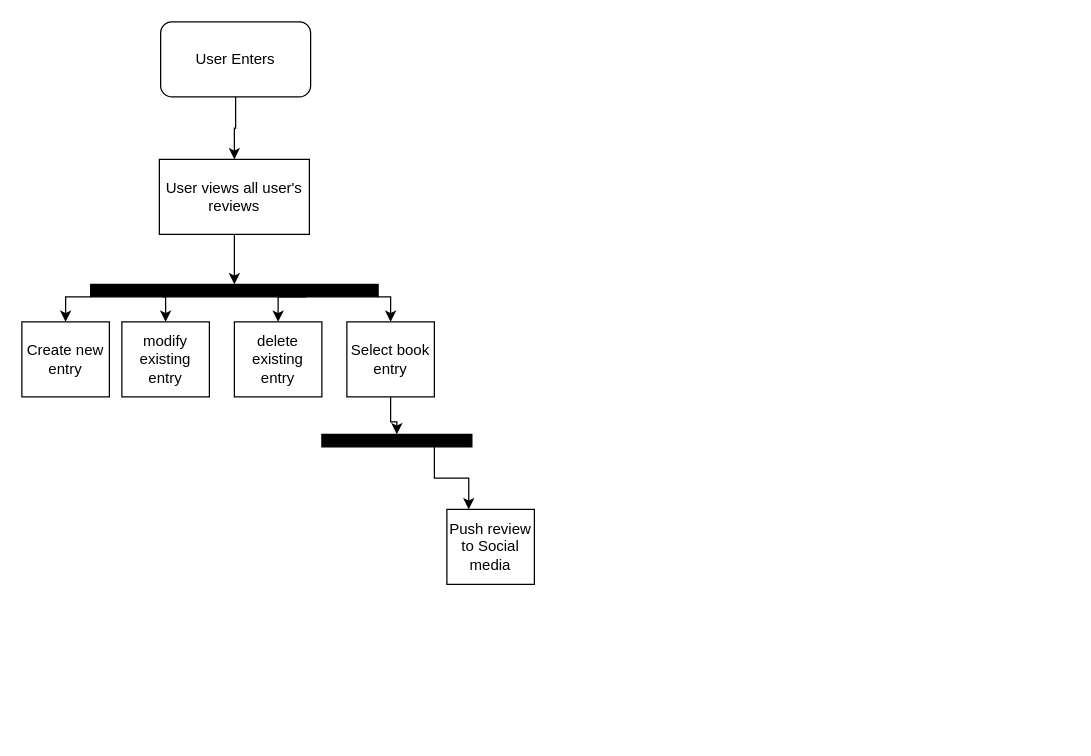
This is specs/system diagrams/uml_activity_diagram.drawio from cse110-fa22-group13/cse110-fa22-group13, a draw.io file, before an edit. Source tidied: cells renumbered, new cells numbered last; positions are measured from the earlier drawing's top-left corner, leaving out a move shared by most shapes. Both pictures are drawn from the tidied source at 125%, with x=0, y=0 at pixel (21, 21).
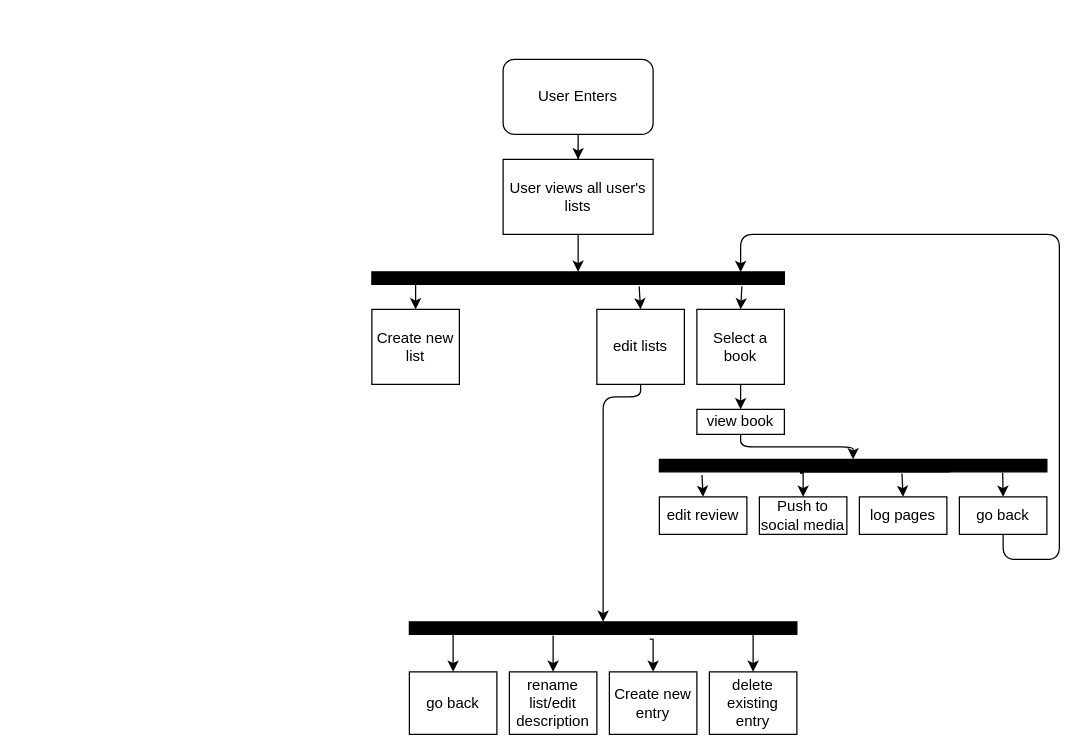
The same page after the edit.

Commit message:
Made some headway on the activity diagram

Change to the diagram source:
```diff
@@
     <mxCell id="3" value="User Enters" style="rounded=1;whiteSpace=wrap;html=1;" parent="1" vertex="1">
-      <mxGeometry x="111" width="120" height="60" as="geometry" />
+      <mxGeometry x="385" y="30" width="120" height="60" as="geometry" />
     </mxCell>
-    <mxCell id="4" style="edgeStyle=orthogonalEdgeStyle;rounded=0;jettySize=auto;html=1;" parent="1" edge="1" source="5" target="10">
+    <mxCell id="4" style="edgeStyle=orthogonalEdgeStyle;rounded=0;jettySize=auto;html=1;entryX=0.5;entryY=0;entryDx=0;entryDy=0;" parent="1" edge="1" source="5" target="25">
       <mxGeometry relative="1" as="geometry" />
     </mxCell>
-    <mxCell id="5" value="User views all user's reviews" style="rounded=0;whiteSpace=wrap;html=1;" parent="1" vertex="1">
-      <mxGeometry x="110" y="110" width="120" height="60" as="geometry" />
+    <mxCell id="5" value="User views all user's lists" style="rounded=0;whiteSpace=wrap;html=1;" parent="1" vertex="1">
+      <mxGeometry x="385" y="110" width="120" height="60" as="geometry" />
     </mxCell>
-    <mxCell id="6" style="edgeStyle=orthogonalEdgeStyle;rounded=0;jettySize=auto;html=1;exitX=0.75;exitY=1;exitDx=0;exitDy=0;entryX=0.5;entryY=0;entryDx=0;entryDy=0;" parent="1" edge="1" source="10" target="13">
+    <mxCell id="6" style="edgeStyle=orthogonalEdgeStyle;rounded=0;jettySize=auto;html=1;exitX=0.914;exitY=0.957;exitDx=0;exitDy=0;entryX=0.5;entryY=0;entryDx=0;entryDy=0;exitPerimeter=0;" parent="1" edge="1" source="10" target="13">
       <mxGeometry relative="1" as="geometry" />
     </mxCell>
-    <mxCell id="7" style="edgeStyle=orthogonalEdgeStyle;rounded=0;jettySize=auto;html=1;exitX=0.25;exitY=1;exitDx=0;exitDy=0;entryX=0.5;entryY=0;entryDx=0;entryDy=0;" parent="1" edge="1" source="10" target="12">
+    <mxCell id="7" style="edgeStyle=orthogonalEdgeStyle;rounded=0;jettySize=auto;html=1;exitX=0.11;exitY=1.243;exitDx=0;exitDy=0;entryX=0.5;entryY=0;entryDx=0;entryDy=0;exitPerimeter=0;" parent="1" edge="1" source="18" target="12">
       <mxGeometry relative="1" as="geometry" />
     </mxCell>
-    <mxCell id="8" style="edgeStyle=orthogonalEdgeStyle;rounded=0;jettySize=auto;html=1;exitX=0;exitY=1;exitDx=0;exitDy=0;entryX=0.5;entryY=0;entryDx=0;entryDy=0;" parent="1" edge="1" source="10" target="11">
+    <mxCell id="8" style="edgeStyle=orthogonalEdgeStyle;rounded=0;jettySize=auto;html=1;entryX=0.5;entryY=0;entryDx=0;entryDy=0;exitX=0.62;exitY=1.386;exitDx=0;exitDy=0;exitPerimeter=0;" parent="1" edge="1" source="10" target="11">
       <mxGeometry relative="1" as="geometry" />
     </mxCell>
-    <mxCell id="9" style="edgeStyle=orthogonalEdgeStyle;rounded=0;jettySize=auto;html=1;exitX=1;exitY=1;exitDx=0;exitDy=0;entryX=0.5;entryY=0;entryDx=0;entryDy=0;" parent="1" edge="1" source="10" target="16">
-      <mxGeometry relative="1" as="geometry" />
-    </mxCell>
     <mxCell id="10" style="rounded=0;whiteSpace=wrap;html=1;fillColor=#000000;" parent="1" vertex="1">
-      <mxGeometry x="55" y="210" width="230" height="10" as="geometry" />
+      <mxGeometry x="310" y="480" width="310" height="10" as="geometry" />
     </mxCell>
     <mxCell id="11" value="Create new entry" style="rounded=0;whiteSpace=wrap;html=1;fillColor=#FFFFFF;" parent="1" vertex="1">
-      <mxGeometry y="240" width="70" height="60" as="geometry" />
+      <mxGeometry x="470" y="520" width="70" height="50" as="geometry" />
     </mxCell>
-    <mxCell id="12" value="modify existing entry" style="rounded=0;whiteSpace=wrap;html=1;fillColor=#FFFFFF;" parent="1" vertex="1">
-      <mxGeometry x="80" y="240" width="70" height="60" as="geometry" />
+    <mxCell id="12" value="edit review" style="rounded=0;whiteSpace=wrap;html=1;fillColor=#FFFFFF;" parent="1" vertex="1">
+      <mxGeometry x="510" y="380" width="70" height="30" as="geometry" />
     </mxCell>
     <mxCell id="13" value="delete existing entry" style="rounded=0;whiteSpace=wrap;html=1;fillColor=#FFFFFF;" parent="1" vertex="1">
-      <mxGeometry x="170" y="240" width="70" height="60" as="geometry" />
+      <mxGeometry x="550" y="520" width="70" height="50" as="geometry" />
     </mxCell>
-    <mxCell id="14" value="Push review to Social media" style="rounded=0;whiteSpace=wrap;html=1;fillColor=#FFFFFF;" parent="1" vertex="1">
-      <mxGeometry x="340" y="390" width="70" height="60" as="geometry" />
+    <mxCell id="14" value="Push to social media" style="rounded=0;whiteSpace=wrap;html=1;fillColor=#FFFFFF;" parent="1" vertex="1">
+      <mxGeometry x="590" y="380" width="70" height="30" as="geometry" />
     </mxCell>
-    <mxCell id="15" style="edgeStyle=orthogonalEdgeStyle;rounded=0;jettySize=auto;html=1;" parent="1" edge="1" source="16" target="18">
-      <mxGeometry relative="1" as="geometry" />
-    </mxCell>
-    <mxCell id="16" value="Select book entry" style="rounded=0;whiteSpace=wrap;html=1;fillColor=#FFFFFF;" parent="1" vertex="1">
-      <mxGeometry x="260" y="240" width="70" height="60" as="geometry" />
-    </mxCell>
-    <mxCell id="17" style="edgeStyle=orthogonalEdgeStyle;rounded=0;jettySize=auto;html=1;exitX=0.75;exitY=1;exitDx=0;exitDy=0;entryX=0.25;entryY=0;entryDx=0;entryDy=0;" parent="1" edge="1" source="18" target="14">
-      <mxGeometry relative="1" as="geometry" />
+    <mxCell id="17" style="edgeStyle=orthogonalEdgeStyle;rounded=0;jettySize=auto;html=1;exitX=0.75;exitY=1;exitDx=0;exitDy=0;entryX=0.5;entryY=0;entryDx=0;entryDy=0;" parent="1" edge="1" source="18" target="14">
+      <mxGeometry relative="1" as="geometry">
+        <Array as="points">
+          <mxPoint x="623" y="361" />
+          <mxPoint x="625" y="361" />
+        </Array>
+      </mxGeometry>
     </mxCell>
+    <mxCell id="19" style="edgeStyle=none;html=1;entryX=0.5;entryY=0;entryDx=0;entryDy=0;exitX=0.626;exitY=1.129;exitDx=0;exitDy=0;exitPerimeter=0;" parent="1" edge="1" source="18" target="33">
+      <mxGeometry relative="1" as="geometry" />
+    </mxCell>
     <mxCell id="18" style="whiteSpace=wrap;html=1;fillColor=#000000;rounded=0;" parent="1" vertex="1">
-      <mxGeometry x="240" y="330" width="120" height="10" as="geometry" />
+      <mxGeometry x="510" y="350" width="310" height="10" as="geometry" />
     </mxCell>
+    <mxCell id="20" style="edgeStyle=none;html=1;entryX=0.5;entryY=0;entryDx=0;entryDy=0;" parent="1" edge="1" source="21" target="18">
+      <mxGeometry relative="1" as="geometry">
+        <Array as="points">
+          <mxPoint x="575" y="340" />
+          <mxPoint x="665" y="340" />
+        </Array>
+      </mxGeometry>
+    </mxCell>
+    <mxCell id="21" value="view book" style="rounded=0;whiteSpace=wrap;html=1;fillColor=#FFFFFF;" parent="1" vertex="1">
+      <mxGeometry x="540" y="310" width="70" height="20" as="geometry" />
+    </mxCell>
+    <mxCell id="22" style="edgeStyle=none;html=1;entryX=0.5;entryY=0;entryDx=0;entryDy=0;" parent="1" edge="1" target="26">
+      <mxGeometry relative="1" as="geometry">
+        <mxPoint x="315" y="205" as="sourcePoint" />
+      </mxGeometry>
+    </mxCell>
+    <mxCell id="23" style="edgeStyle=none;html=1;entryX=0.5;entryY=0;entryDx=0;entryDy=0;exitX=0.648;exitY=1.157;exitDx=0;exitDy=0;exitPerimeter=0;" parent="1" edge="1" source="25" target="28">
+      <mxGeometry relative="1" as="geometry" />
+    </mxCell>
+    <mxCell id="24" style="edgeStyle=none;html=1;entryX=0.5;entryY=0;entryDx=0;entryDy=0;exitX=0.897;exitY=1.157;exitDx=0;exitDy=0;exitPerimeter=0;" parent="1" edge="1" source="25" target="30">
+      <mxGeometry relative="1" as="geometry" />
+    </mxCell>
+    <mxCell id="25" style="rounded=0;whiteSpace=wrap;html=1;fillColor=#000000;" parent="1" vertex="1">
+      <mxGeometry x="280" y="200" width="330" height="10" as="geometry" />
+    </mxCell>
+    <mxCell id="26" value="Create new list" style="rounded=0;whiteSpace=wrap;html=1;fillColor=#FFFFFF;" parent="1" vertex="1">
+      <mxGeometry x="280" y="230" width="70" height="60" as="geometry" />
+    </mxCell>
+    <mxCell id="27" style="edgeStyle=none;html=1;entryX=0.5;entryY=0;entryDx=0;entryDy=0;" parent="1" edge="1" source="28" target="10">
+      <mxGeometry relative="1" as="geometry">
+        <Array as="points">
+          <mxPoint x="495" y="300" />
+          <mxPoint x="465" y="300" />
+        </Array>
+      </mxGeometry>
+    </mxCell>
+    <mxCell id="28" value="edit lists" style="rounded=0;whiteSpace=wrap;html=1;fillColor=#FFFFFF;" parent="1" vertex="1">
+      <mxGeometry x="460" y="230" width="70" height="60" as="geometry" />
+    </mxCell>
+    <mxCell id="29" style="edgeStyle=none;html=1;" parent="1" edge="1" source="30" target="21">
+      <mxGeometry relative="1" as="geometry" />
+    </mxCell>
+    <mxCell id="30" value="Select a book" style="rounded=0;whiteSpace=wrap;html=1;fillColor=#FFFFFF;" parent="1" vertex="1">
+      <mxGeometry x="540" y="230" width="70" height="60" as="geometry" />
+    </mxCell>
+    <mxCell id="31" value="rename list/edit description" style="rounded=0;whiteSpace=wrap;html=1;fillColor=#FFFFFF;" parent="1" vertex="1">
+      <mxGeometry x="390" y="520" width="70" height="50" as="geometry" />
+    </mxCell>
+    <mxCell id="32" style="endArrow=classic;html=1;exitX=0.371;exitY=1.1;exitDx=0;exitDy=0;exitPerimeter=0;entryX=0.5;entryY=0;entryDx=0;entryDy=0;" parent="1" edge="1" source="10" target="31">
+      <mxGeometry relative="1" as="geometry" />
+    </mxCell>
+    <mxCell id="33" value="log pages" style="rounded=0;whiteSpace=wrap;html=1;fillColor=#FFFFFF;" parent="1" vertex="1">
+      <mxGeometry x="670" y="380" width="70" height="30" as="geometry" />
+    </mxCell>
+    <mxCell id="34" value="go back" style="rounded=0;whiteSpace=wrap;html=1;fillColor=#FFFFFF;" parent="1" vertex="1">
+      <mxGeometry x="750" y="380" width="70" height="30" as="geometry" />
+    </mxCell>
+    <mxCell id="35" style="endArrow=classic;html=1;exitX=0.886;exitY=1.071;exitDx=0;exitDy=0;exitPerimeter=0;entryX=0.5;entryY=0;entryDx=0;entryDy=0;" parent="1" edge="1" source="18" target="34">
+      <mxGeometry relative="1" as="geometry" />
+    </mxCell>
+    <mxCell id="36" style="endArrow=classic;html=1;exitX=0.5;exitY=1;exitDx=0;exitDy=0;entryX=0.894;entryY=0.014;entryDx=0;entryDy=0;entryPerimeter=0;" parent="1" edge="1" source="34" target="25">
+      <mxGeometry relative="1" as="geometry">
+        <Array as="points">
+          <mxPoint x="785" y="430" />
+          <mxPoint x="830" y="430" />
+          <mxPoint x="830" y="170" />
+          <mxPoint x="575" y="170" />
+        </Array>
+      </mxGeometry>
+    </mxCell>
+    <mxCell id="37" value="go back" style="rounded=0;whiteSpace=wrap;html=1;fillColor=#FFFFFF;" parent="1" vertex="1">
+      <mxGeometry x="310" y="520" width="70" height="50" as="geometry" />
+    </mxCell>
+    <mxCell id="38" style="endArrow=classic;html=1;entryX=0.5;entryY=0;entryDx=0;entryDy=0;" parent="1" edge="1" target="37">
+      <mxGeometry relative="1" as="geometry">
+        <mxPoint x="345" y="485" as="sourcePoint" />
+      </mxGeometry>
+    </mxCell>
```
